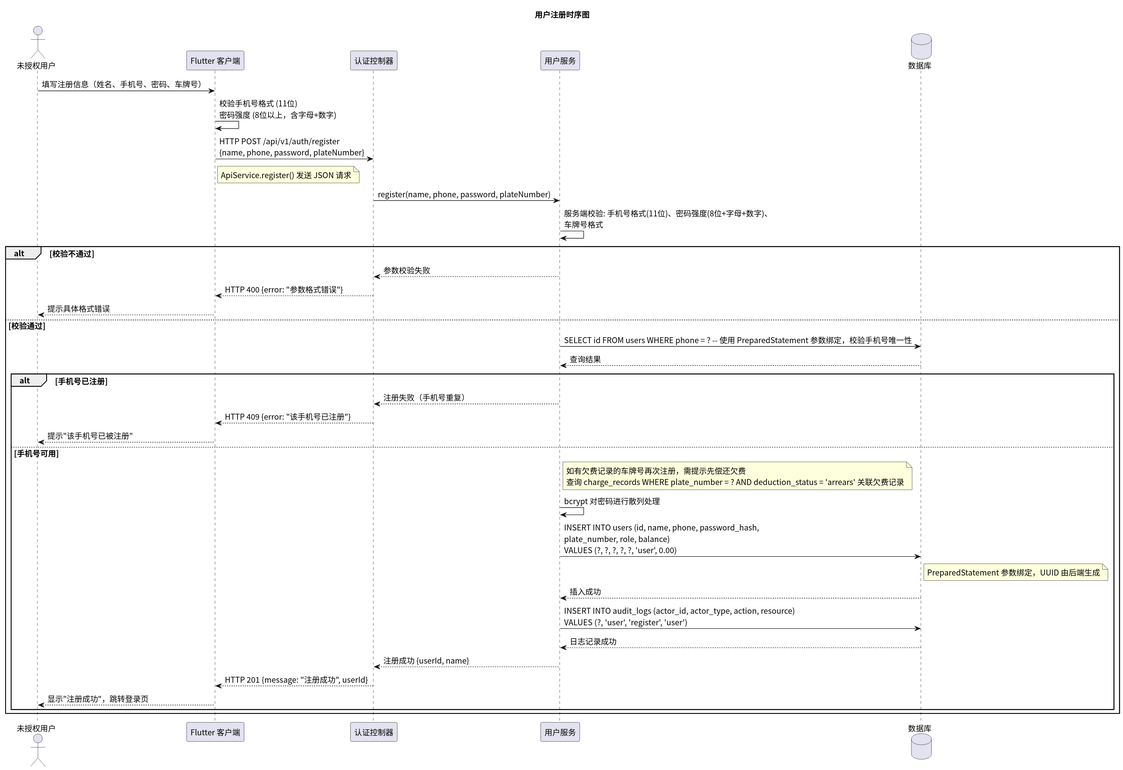
The PlantUML diagram time/img/sequence_register.svg in greenhandzdl/charging-station-doc, before a commit.
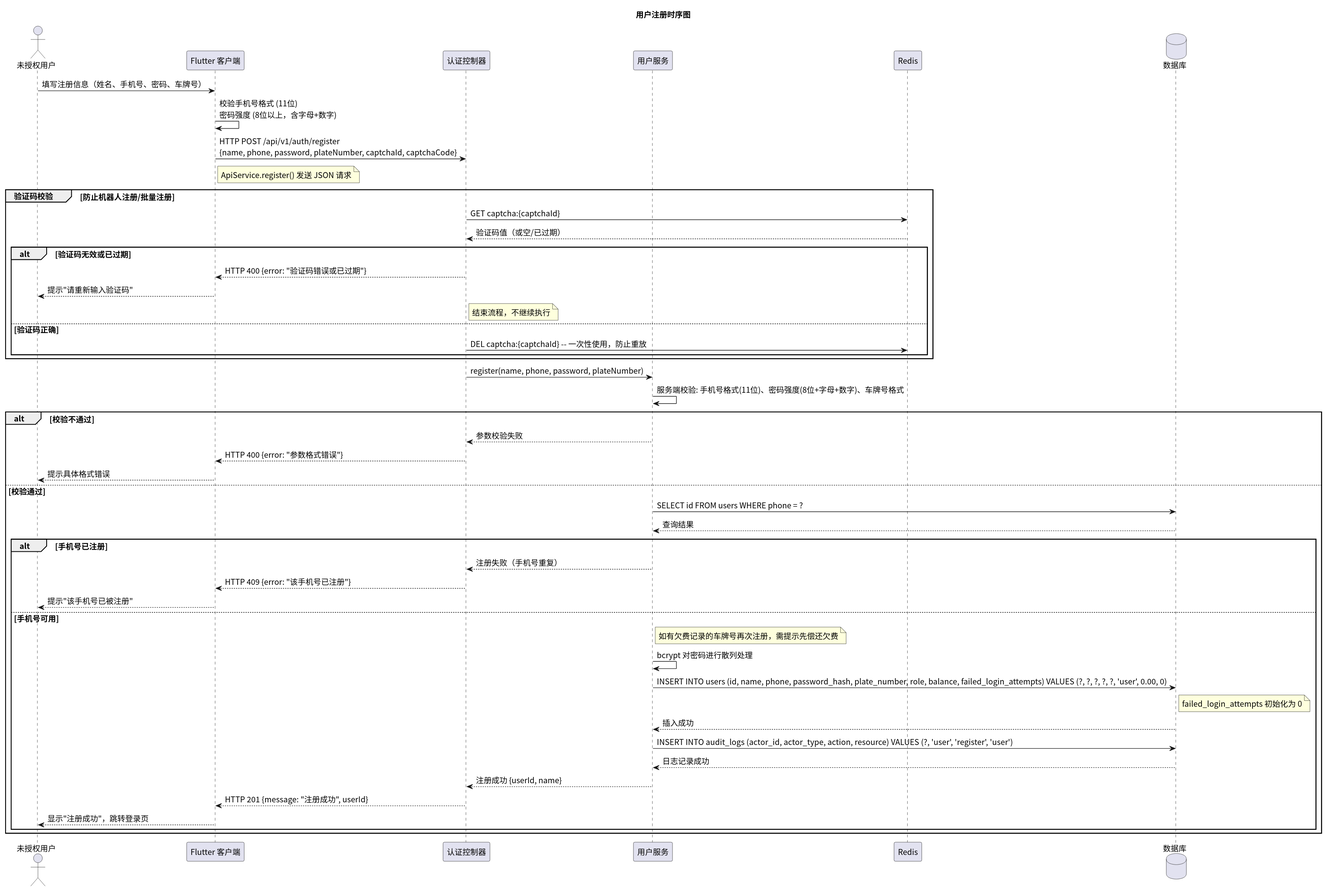
Later version of the same file.

What changed in the source:
```diff
@@ -7,43 +7,53 @@
 participant "Flutter 客户端" as FE
 participant "认证控制器" as Ctrl
 participant "用户服务" as US
+participant "Redis" as Cache
 database 数据库 as DB
 
 U -> FE: 填写注册信息（姓名、手机号、密码、车牌号）
 FE -> FE: 校验手机号格式 (11位)\n密码强度 (8位以上，含字母+数字)
-FE -> Ctrl: HTTP POST /api/v1/auth/register\n{name, phone, password, plateNumber}
+FE -> Ctrl: HTTP POST /api/v1/auth/register\n{name, phone, password, plateNumber, captchaId, captchaCode}
 note right FE : ApiService.register() 发送 JSON 请求
 
+group 验证码校验 [防止机器人注册/批量注册]
+  Ctrl -> Cache: GET captcha:{captchaId}
+  Cache --> Ctrl: 验证码值（或空/已过期）
+
+  alt 验证码无效或已过期
+    Ctrl --> FE: HTTP 400 {error: "验证码错误或已过期"}
+    FE --> U: 提示"请重新输入验证码"
+    note right Ctrl : 结束流程，不继续执行
+  else 验证码正确
+    Ctrl -> Cache: DEL captcha:{captchaId} -- 一次性使用，防止重放
+  end
+end
+
 Ctrl -> US: register(name, phone, password, plateNumber)
-
-US -> US: 服务端校验: 手机号格式(11位)、密码强度(8位+字母+数字)、\n车牌号格式
+US -> US: 服务端校验: 手机号格式(11位)、密码强度(8位+字母+数字)、车牌号格式
 
 alt 校验不通过
   US --> Ctrl: 参数校验失败
   Ctrl --> FE: HTTP 400 {error: "参数格式错误"}
   FE --> U: 提示具体格式错误
 else 校验通过
+  US -> DB: SELECT id FROM users WHERE phone = ?
+  DB --> US: 查询结果
 
-  US -> DB: SELECT id FROM users WHERE phone = ? -- 使用 PreparedStatement 参数绑定，校验手机号唯一性
-DB --> US: 查询结果
-
-alt 手机号已注册
-  US --> Ctrl: 注册失败（手机号重复）
-  Ctrl --> FE: HTTP 409 {error: "该手机号已注册"}
-  FE --> U: 提示"该手机号已被注册"
-else 手机号可用
-  note right US : 如有欠费记录的车牌号再次注册，需提示先偿还欠费\n查询 charge_records WHERE plate_number = ? AND deduction_status = 'arrears' 关联欠费记录
-  US -> US: bcrypt 对密码进行散列处理
-  US -> DB: INSERT INTO users (id, name, phone, password_hash,\nplate_number, role, balance)\nVALUES (?, ?, ?, ?, ?, 'user', 0.00)
-  note right DB : PreparedStatement 参数绑定，UUID 由后端生成
-  DB --> US: 插入成功
-
-  US -> DB: INSERT INTO audit_logs (actor_id, actor_type, action, resource)\nVALUES (?, 'user', 'register', 'user')
-  DB --> US: 日志记录成功
-
-  US --> Ctrl: 注册成功 {userId, name}
-  Ctrl --> FE: HTTP 201 {message: "注册成功", userId}
-  FE --> U: 显示"注册成功"，跳转登录页
+  alt 手机号已注册
+    US --> Ctrl: 注册失败（手机号重复）
+    Ctrl --> FE: HTTP 409 {error: "该手机号已注册"}
+    FE --> U: 提示"该手机号已被注册"
+  else 手机号可用
+    note right US : 如有欠费记录的车牌号再次注册，需提示先偿还欠费
+    US -> US: bcrypt 对密码进行散列处理
+    US -> DB: INSERT INTO users (id, name, phone, password_hash, plate_number, role, balance, failed_login_attempts) VALUES (?, ?, ?, ?, ?, 'user', 0.00, 0)
+    note right DB : failed_login_attempts 初始化为 0
+    DB --> US: 插入成功
+    US -> DB: INSERT INTO audit_logs (actor_id, actor_type, action, resource) VALUES (?, 'user', 'register', 'user')
+    DB --> US: 日志记录成功
+    US --> Ctrl: 注册成功 {userId, name}
+    Ctrl --> FE: HTTP 201 {message: "注册成功", userId}
+    FE --> U: 显示"注册成功"，跳转登录页
   end
 end
 @enduml
```
